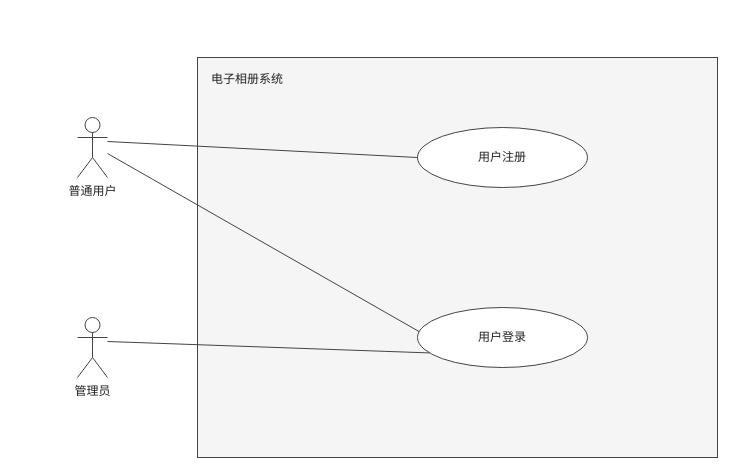
The draw.io diagram docs/交付/1-账户管理-钟标/images/账户管理模块用例图.drawio in chennuo1101/electronic-photo-album-system1, before the edit. Source tidied: cells renumbered, new cells numbered last; positions are measured from the earlier drawing's top-left corner, leaving out a move shared by most shapes. Both pictures are drawn from the tidied source at 100%, with x=0, y=0 at pixel (77, 57).
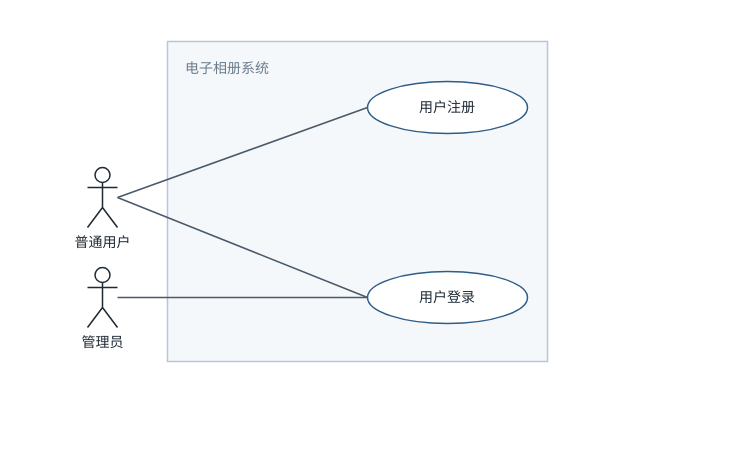
The same diagram, later.

Diff of the diagram source:
```diff
@@
 <mxGraphModel>
   <root>
     <mxCell id="0" />
     <mxCell id="1" parent="0" />
+    <mxCell id="10" style="rounded=0;whiteSpace=wrap;html=1;fillColor=#FFFFFF;strokeColor=none;" parent="1" vertex="1">
+      <mxGeometry x="-60" y="-40" width="554" height="368" as="geometry" />
+    </mxCell>
-    <mxCell id="2" value="电子相册系统" style="rounded=0;whiteSpace=wrap;html=1;fillColor=#F5F5F5;strokeColor=#444444;verticalAlign=top;align=left;spacingLeft=12;spacingTop=8;fontFamily=Microsoft YaHei;fontSize=12;fontColor=#222222;" parent="1" vertex="1">
-      <mxGeometry x="120" width="520" height="400" as="geometry" />
+    <mxCell id="2" value="电子相册系统" style="rounded=0;whiteSpace=wrap;html=1;fillColor=#F5F8FB;strokeColor=#B7C7D6;strokeWidth=1.5;align=left;verticalAlign=top;spacingLeft=16;spacingTop=12;fontFamily=Microsoft YaHei;fontSize=14;fontColor=#6B7C8C;" parent="1" vertex="1">
+      <mxGeometry x="90" y="-16" width="380" height="320" as="geometry" />
     </mxCell>
+    <mxCell id="5" value="用户注册" style="ellipse;whiteSpace=wrap;html=1;fillColor=#FFFFFF;strokeColor=#2F5D8A;strokeWidth=1.5;fontFamily=Microsoft YaHei;fontSize=14;fontColor=#1F2A35;" parent="1" vertex="1">
+      <mxGeometry x="290" y="24" width="160" height="52" as="geometry" />
+    </mxCell>
+    <mxCell id="6" value="用户登录" style="ellipse;whiteSpace=wrap;html=1;fillColor=#FFFFFF;strokeColor=#2F5D8A;strokeWidth=1.5;fontFamily=Microsoft YaHei;fontSize=14;fontColor=#1F2A35;" parent="1" vertex="1">
+      <mxGeometry x="290" y="214" width="160" height="52" as="geometry" />
+    </mxCell>
-    <mxCell id="3" value="普通用户" style="shape=umlActor;verticalLabelPosition=bottom;verticalAlign=top;html=1;fillColor=#FFFFFF;strokeColor=#444444;fontFamily=Microsoft YaHei;fontSize=12;fontColor=#222222;" parent="1" vertex="1">
-      <mxGeometry y="60" width="30" height="60" as="geometry" />
+    <mxCell id="3" value="普通用户" style="shape=umlActor;verticalLabelPosition=bottom;verticalAlign=top;html=1;fillColor=#FFFFFF;strokeColor=#1F2A35;strokeWidth=1.5;fontFamily=Microsoft YaHei;fontSize=14;fontColor=#1F2A35;" parent="1" vertex="1">
+      <mxGeometry x="10" y="110" width="30" height="60" as="geometry" />
     </mxCell>
-    <mxCell id="4" value="管理员" style="shape=umlActor;verticalLabelPosition=bottom;verticalAlign=top;html=1;fillColor=#FFFFFF;strokeColor=#444444;fontFamily=Microsoft YaHei;fontSize=12;fontColor=#222222;" parent="1" vertex="1">
-      <mxGeometry y="260" width="30" height="60" as="geometry" />
+    <mxCell id="4" value="管理员" style="shape=umlActor;verticalLabelPosition=bottom;verticalAlign=top;html=1;fillColor=#FFFFFF;strokeColor=#1F2A35;strokeWidth=1.5;fontFamily=Microsoft YaHei;fontSize=14;fontColor=#1F2A35;" parent="1" vertex="1">
+      <mxGeometry x="10" y="210" width="30" height="60" as="geometry" />
     </mxCell>
-    <mxCell id="5" value="用户注册" style="ellipse;whiteSpace=wrap;html=1;fillColor=#FFFFFF;strokeColor=#444444;fontFamily=Microsoft YaHei;fontSize=12;fontColor=#222222;" parent="1" vertex="1">
-      <mxGeometry x="340" y="70" width="170" height="60" as="geometry" />
-    </mxCell>
-    <mxCell id="6" value="用户登录" style="ellipse;whiteSpace=wrap;html=1;fillColor=#FFFFFF;strokeColor=#444444;fontFamily=Microsoft YaHei;fontSize=12;fontColor=#222222;" parent="1" vertex="1">
-      <mxGeometry x="340" y="250" width="170" height="60" as="geometry" />
-    </mxCell>
-    <mxCell id="7" style="html=1;strokeColor=#444444;strokeWidth=1;fontFamily=Microsoft YaHei;fontSize=11;fontColor=#444444;labelBackgroundColor=#FFFFFF;startArrow=none;endArrow=none;exitX=1;exitY=0.4;entryX=0;entryY=0.5;" parent="1" edge="1" source="3" target="5">
-      <mxGeometry relative="1" as="geometry" />
-    </mxCell>
-    <mxCell id="8" style="html=1;strokeColor=#444444;strokeWidth=1;fontFamily=Microsoft YaHei;fontSize=11;fontColor=#444444;labelBackgroundColor=#FFFFFF;startArrow=none;endArrow=none;exitX=1;exitY=0.6;entryX=0;entryY=0.4;" parent="1" edge="1" source="3" target="6">
-      <mxGeometry relative="1" as="geometry" />
-    </mxCell>
-    <mxCell id="9" style="html=1;strokeColor=#444444;strokeWidth=1;fontFamily=Microsoft YaHei;fontSize=11;fontColor=#444444;labelBackgroundColor=#FFFFFF;startArrow=none;endArrow=none;exitX=1;exitY=0.4;entryX=0;entryY=0.8;" parent="1" edge="1" source="4" target="6">
-      <mxGeometry relative="1" as="geometry" />
-    </mxCell>
+    <mxCell id="11" style="html=1;rounded=0;strokeColor=#4A5A6A;strokeWidth=1.5;startArrow=none;endArrow=none;" parent="1" edge="1">
+      <mxGeometry relative="1" as="geometry">
+        <mxPoint x="40" y="140" as="sourcePoint" />
+        <mxPoint x="290" y="50" as="targetPoint" />
+      </mxGeometry>
+    </mxCell>
+    <mxCell id="12" style="html=1;rounded=0;strokeColor=#4A5A6A;strokeWidth=1.5;startArrow=none;endArrow=none;" parent="1" edge="1">
+      <mxGeometry relative="1" as="geometry">
+        <mxPoint x="40" y="140" as="sourcePoint" />
+        <mxPoint x="290" y="240" as="targetPoint" />
+      </mxGeometry>
+    </mxCell>
+    <mxCell id="13" style="html=1;rounded=0;strokeColor=#4A5A6A;strokeWidth=1.5;startArrow=none;endArrow=none;" parent="1" edge="1">
+      <mxGeometry relative="1" as="geometry">
+        <mxPoint x="40" y="240" as="sourcePoint" />
+        <mxPoint x="290" y="240" as="targetPoint" />
+      </mxGeometry>
+    </mxCell>
   </root>
 </mxGraphModel>
```
